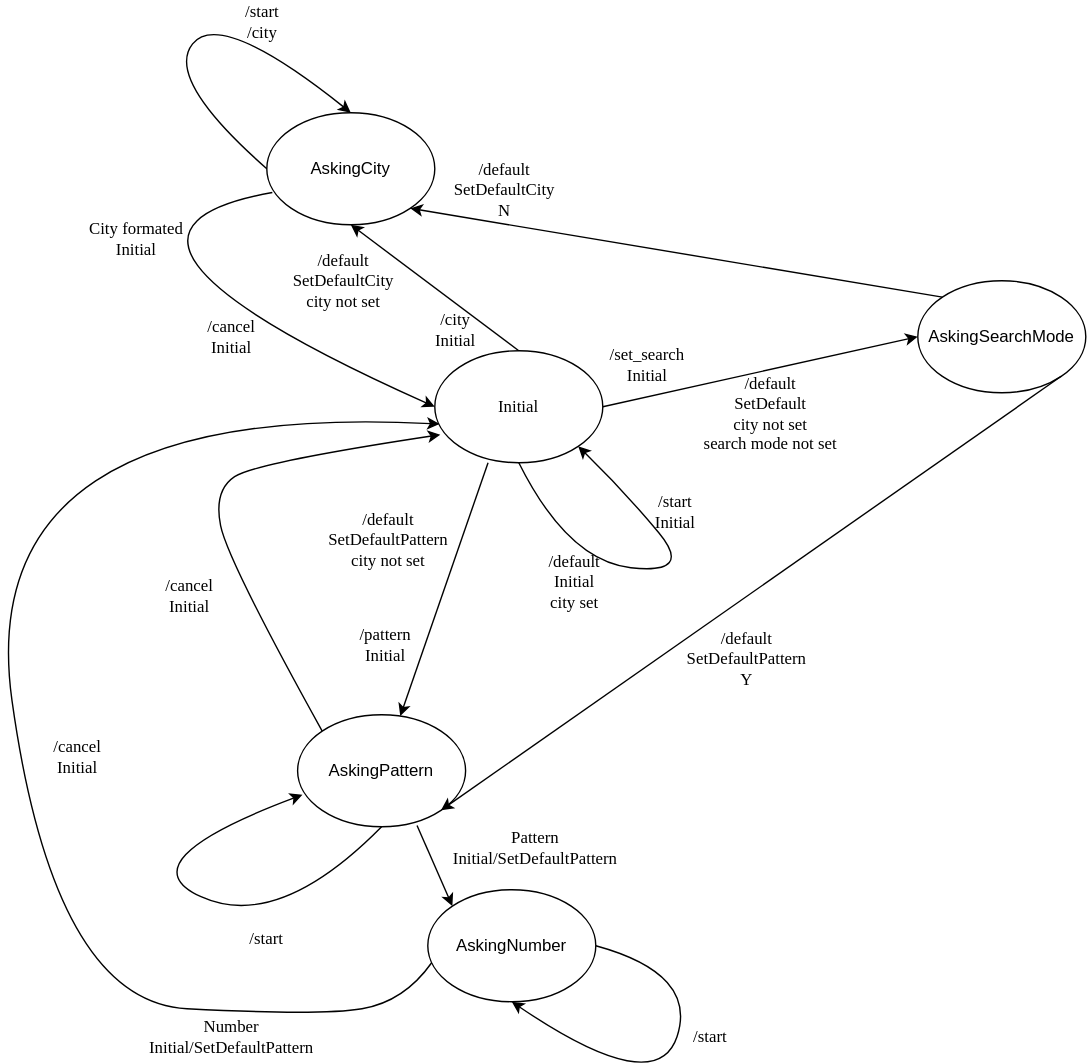
pxp9/weather_bot_rust keeps this draw.io diagram as resources/weather_bot_rust.svg. Above is the earlier version. Source tidied: cells renumbered, new cells last; positions are measured from the earlier drawing's top-left corner, leaving out a move shared by most shapes.
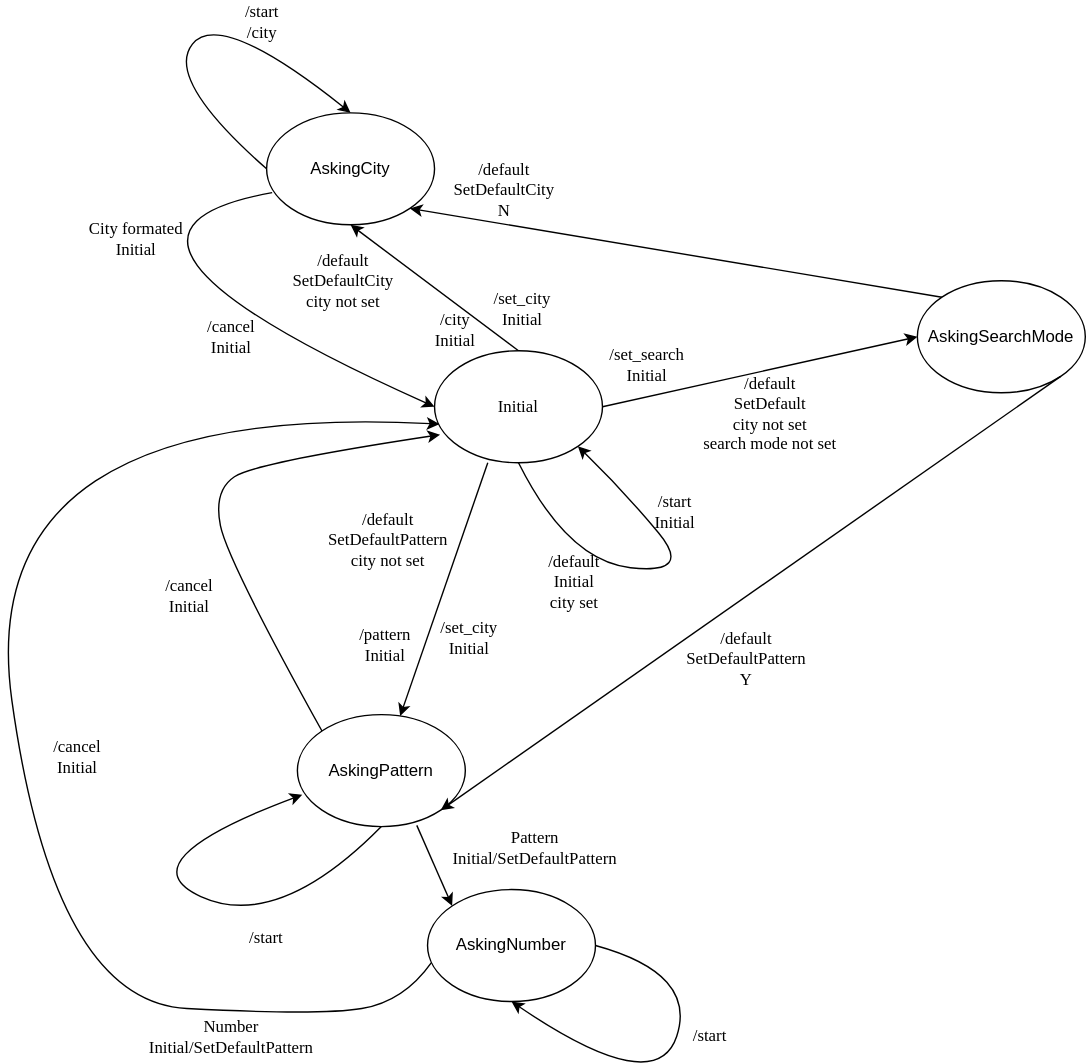
After the change.

Commit message:
improved diagram

Diff of the diagram source:
```diff
@@ -166,5 +166,11 @@
     <mxCell id="43" value="Number&lt;br&gt;Initial/SetDefaultPattern" style="text;html=1;strokeColor=none;fillColor=none;align=center;verticalAlign=middle;whiteSpace=wrap;rounded=0;fontFamily=Lucida Console;" parent="1" vertex="1">
       <mxGeometry x="107" y="725" width="160" height="30" as="geometry" />
     </mxCell>
+    <mxCell id="44" value="/set_city&lt;br&gt;Initial" style="text;html=1;strokeColor=none;fillColor=none;align=center;verticalAlign=middle;whiteSpace=wrap;rounded=0;fontFamily=Lucida Console;" parent="1" vertex="1">
+      <mxGeometry x="327" y="440" width="60" height="30" as="geometry" />
+    </mxCell>
+    <mxCell id="45" value="/set_city&lt;br&gt;Initial" style="text;html=1;strokeColor=none;fillColor=none;align=center;verticalAlign=middle;whiteSpace=wrap;rounded=0;fontFamily=Lucida Console;" parent="1" vertex="1">
+      <mxGeometry x="365" y="205" width="60" height="30" as="geometry" />
+    </mxCell>
   </root>
 </mxGraphModel>
```
